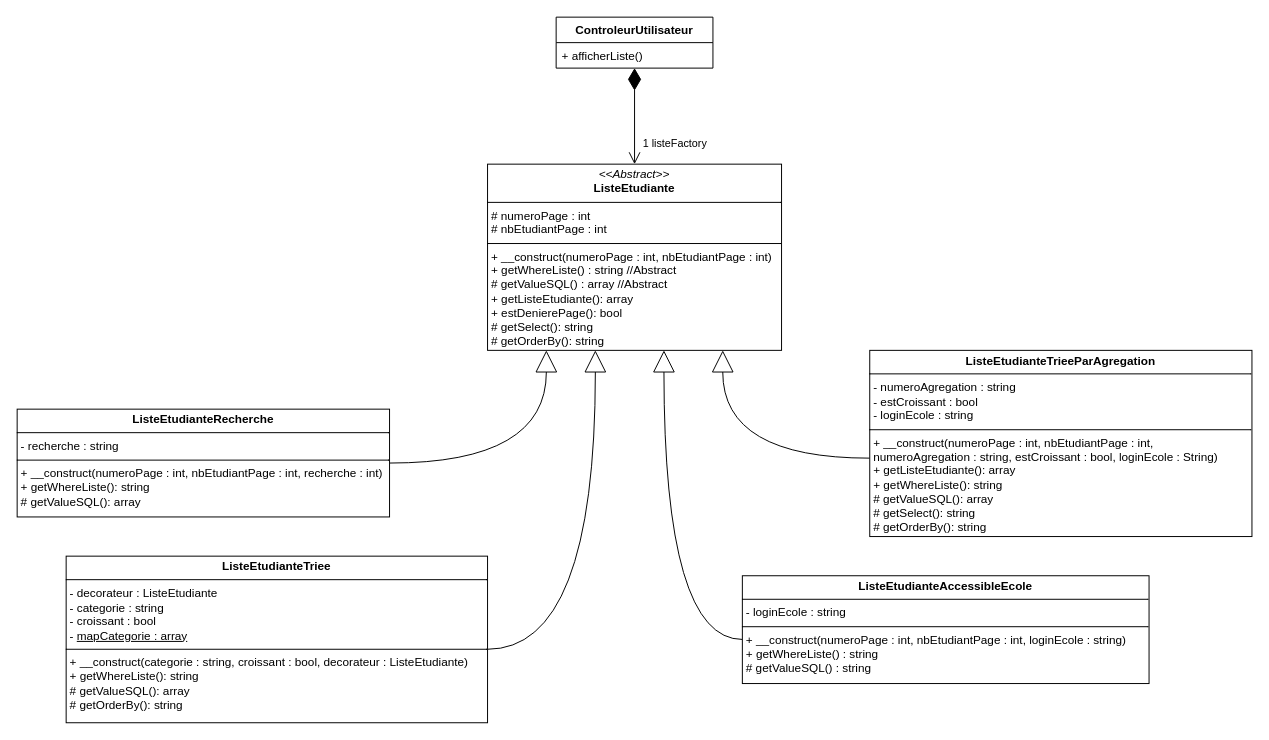
Earlier version of the draw.io diagram diagramme pattern decorateur.drawio (theodoredeboisseson/draw.io). Source tidied: cells renumbered, new cells numbered last; positions are measured from the earlier drawing's top-left corner, leaving out a move shared by most shapes. Both pictures are drawn from the tidied source at 98%, with x=0, y=0 at pixel (17, 17).
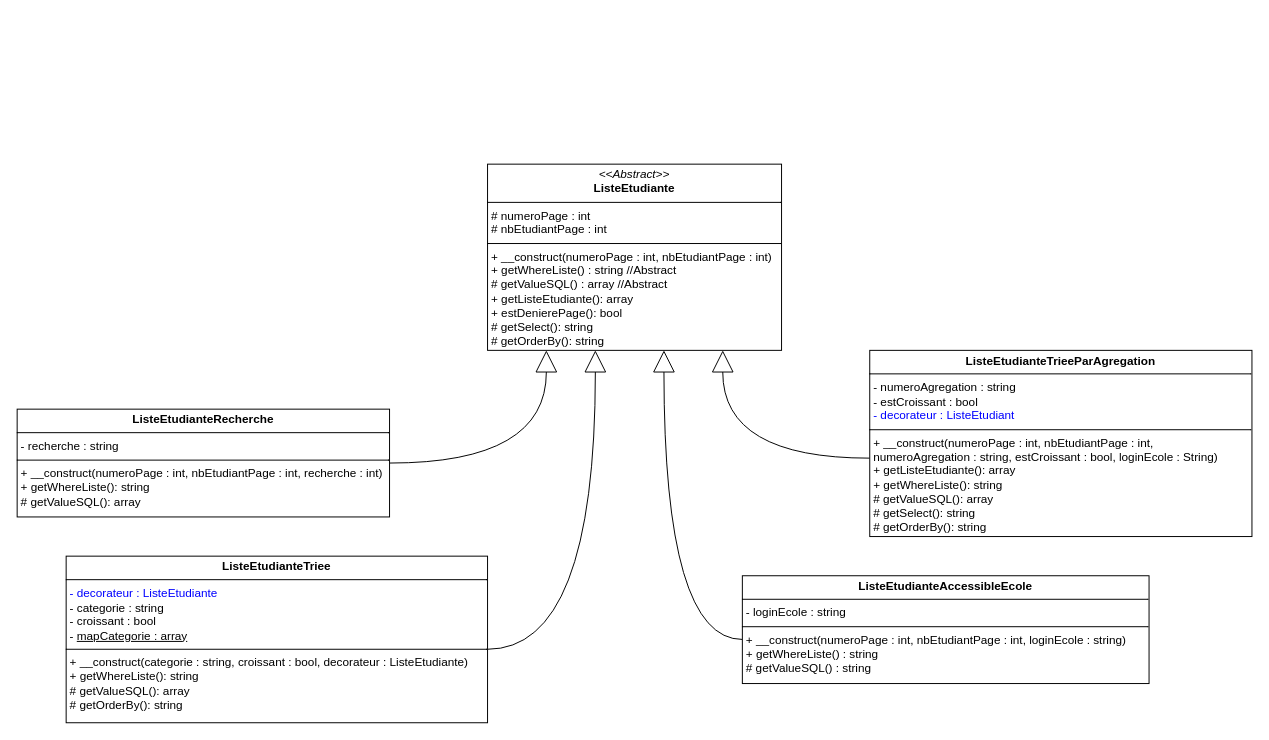
The same page after the edit.

Commit message:
Mettre à jour diagramme pattern decorateur.drawio

The change refers to these unchanged cells:
```xml
<mxCell id="4" value="&lt;p style=&quot;margin:0px;margin-top:4px;text-align:center;&quot;&gt;&lt;i&gt;&amp;lt;&amp;lt;Abstract&amp;gt;&amp;gt;&lt;/i&gt;&lt;br&gt;&lt;b&gt;ListeEtudiante&lt;/b&gt;&lt;/p&gt;&lt;hr size=&quot;1&quot; style=&quot;border-style:solid;&quot;&gt;&lt;p style=&quot;margin:0px;margin-left:4px;&quot;&gt;# numeroPage : int&lt;/p&gt;&lt;p style=&quot;margin:0px;margin-left:4px;&quot;&gt;# nbEtudiantPage : int&lt;/p&gt;&lt;hr size=&quot;1&quot; style=&quot;border-style:solid;&quot;&gt;&lt;p style=&quot;margin:0px;margin-left:4px;&quot;&gt;+ __construct(numeroPage : int, nbEtudiantPage : int)&lt;/p&gt;&lt;p style=&quot;margin:0px;margin-left:4px;&quot;&gt;+ getWhereListe() : string //Abstract&lt;/p&gt;&lt;p style=&quot;margin:0px;margin-left:4px;&quot;&gt;# getValueSQL() : array //Abstract&lt;/p&gt;&lt;p style=&quot;margin:0px;margin-left:4px;&quot;&gt;+ getListeEtudiante(): array&lt;/p&gt;&lt;p style=&quot;margin:0px;margin-left:4px;&quot;&gt;+ estDenierePage(): bool&lt;br&gt;# getSelect(): string&lt;br&gt;# getOrderBy(): string&amp;nbsp;&lt;/p&gt;" style="verticalAlign=top;align=left;overflow=fill;html=1;whiteSpace=wrap;rounded=0;" parent="1" vertex="1">
  <mxGeometry x="480" y="150" width="300" height="190" as="geometry" />
</mxCell>
```

The edit, as a diff of the source:
```diff
@@
-    <mxCell id="2" value="ControleurUtilisateur" style="swimlane;fontStyle=1;align=center;verticalAlign=top;horizontal=1;startSize=26;whiteSpace=wrap;html=1;rounded=0;" parent="1" vertex="1">
-      <mxGeometry x="550" width="160" height="52" as="geometry" />
-    </mxCell>
-    <mxCell id="3" value="+ afficherListe()" style="text;strokeColor=none;fillColor=none;align=left;verticalAlign=top;spacingLeft=4;spacingRight=4;overflow=hidden;whiteSpace=wrap;html=1;rounded=0;" parent="2" vertex="1">
-      <mxGeometry y="26" width="160" height="26" as="geometry" />
-    </mxCell>
@@
-    <mxCell id="10" value="&lt;p style=&quot;margin:0px;margin-top:4px;text-align:center;&quot;&gt;&lt;b&gt;ListeEtudianteTriee&lt;/b&gt;&lt;/p&gt;&lt;hr size=&quot;1&quot; style=&quot;border-style:solid;&quot;&gt;&lt;p style=&quot;margin:0px;margin-left:4px;&quot;&gt;- decorateur : ListeEtudiante&lt;/p&gt;&lt;p style=&quot;margin:0px;margin-left:4px;&quot;&gt;- categorie : string&lt;/p&gt;&lt;p style=&quot;margin:0px;margin-left:4px;&quot;&gt;- croissant : bool&lt;/p&gt;&lt;p style=&quot;margin:0px;margin-left:4px;&quot;&gt;- &lt;u&gt;mapCategorie : array&lt;/u&gt;&lt;/p&gt;&lt;hr size=&quot;1&quot; style=&quot;border-style:solid;&quot;&gt;&lt;p style=&quot;margin:0px;margin-left:4px;&quot;&gt;+ __construct(categorie : string, croissant : bool, decorateur : ListeEtudiante)&lt;/p&gt;&lt;p style=&quot;margin:0px;margin-left:4px;&quot;&gt;+ getWhereListe(): string&lt;/p&gt;&lt;p style=&quot;margin:0px;margin-left:4px;&quot;&gt;# getValueSQL(): array&lt;/p&gt;&lt;p style=&quot;margin:0px;margin-left:4px;&quot;&gt;# getOrderBy(): string&lt;/p&gt;" style="verticalAlign=top;align=left;overflow=fill;html=1;whiteSpace=wrap;rounded=0;" parent="1" vertex="1">
+    <mxCell id="10" value="&lt;p style=&quot;margin:0px;margin-top:4px;text-align:center;&quot;&gt;&lt;b&gt;ListeEtudianteTriee&lt;/b&gt;&lt;/p&gt;&lt;hr size=&quot;1&quot; style=&quot;border-style:solid;&quot;&gt;&lt;p style=&quot;margin:0px;margin-left:4px;&quot;&gt;&lt;font style=&quot;color: rgb(0, 0, 255);&quot;&gt;- decorateur : ListeEtudiante&lt;/font&gt;&lt;/p&gt;&lt;p style=&quot;margin:0px;margin-left:4px;&quot;&gt;- categorie : string&lt;/p&gt;&lt;p style=&quot;margin:0px;margin-left:4px;&quot;&gt;- croissant : bool&lt;/p&gt;&lt;p style=&quot;margin:0px;margin-left:4px;&quot;&gt;- &lt;u&gt;mapCategorie : array&lt;/u&gt;&lt;/p&gt;&lt;hr size=&quot;1&quot; style=&quot;border-style:solid;&quot;&gt;&lt;p style=&quot;margin:0px;margin-left:4px;&quot;&gt;+ __construct(categorie : string, croissant : bool, decorateur : ListeEtudiante)&lt;/p&gt;&lt;p style=&quot;margin:0px;margin-left:4px;&quot;&gt;+ getWhereListe(): string&lt;/p&gt;&lt;p style=&quot;margin:0px;margin-left:4px;&quot;&gt;# getValueSQL(): array&lt;/p&gt;&lt;p style=&quot;margin:0px;margin-left:4px;&quot;&gt;# getOrderBy(): string&lt;/p&gt;" style="verticalAlign=top;align=left;overflow=fill;html=1;whiteSpace=wrap;rounded=0;" parent="1" vertex="1">
       <mxGeometry x="50" y="550" width="430" height="170" as="geometry" />
     </mxCell>
@@
-    <mxCell id="12" value="&lt;p style=&quot;margin:0px;margin-top:4px;text-align:center;&quot;&gt;&lt;b&gt;ListeEtudianteTrieeParAgregation&lt;/b&gt;&lt;/p&gt;&lt;hr size=&quot;1&quot; style=&quot;border-style:solid;&quot;&gt;&lt;p style=&quot;margin:0px;margin-left:4px;&quot;&gt;- numeroAgregation : string&lt;/p&gt;&lt;p style=&quot;margin:0px;margin-left:4px;&quot;&gt;- estCroissant : bool&lt;/p&gt;&lt;p style=&quot;margin:0px;margin-left:4px;&quot;&gt;- loginEcole : string&lt;/p&gt;&lt;hr size=&quot;1&quot; style=&quot;border-style:solid;&quot;&gt;&lt;p style=&quot;margin:0px;margin-left:4px;&quot;&gt;+ __construct(numeroPage : int, nbEtudiantPage : int, numeroAgregation : string, estCroissant : bool, loginEcole : String)&lt;/p&gt;&lt;p style=&quot;margin:0px;margin-left:4px;&quot;&gt;+ getListeEtudiante(): array&lt;/p&gt;&lt;p style=&quot;margin:0px;margin-left:4px;&quot;&gt;+ getWhereListe(): string&lt;/p&gt;&lt;p style=&quot;margin:0px;margin-left:4px;&quot;&gt;# getValueSQL(): array&lt;br&gt;# getSelect(): string&lt;br&gt;# getOrderBy(): string&lt;/p&gt;" style="verticalAlign=top;align=left;overflow=fill;html=1;whiteSpace=wrap;rounded=0;" parent="1" vertex="1">
+    <mxCell id="12" value="&lt;p style=&quot;margin:0px;margin-top:4px;text-align:center;&quot;&gt;&lt;b&gt;ListeEtudianteTrieeParAgregation&lt;/b&gt;&lt;/p&gt;&lt;hr size=&quot;1&quot; style=&quot;border-style:solid;&quot;&gt;&lt;p style=&quot;margin:0px;margin-left:4px;&quot;&gt;- numeroAgregation : string&lt;/p&gt;&lt;p style=&quot;margin:0px;margin-left:4px;&quot;&gt;- estCroissant : bool&lt;/p&gt;&lt;p style=&quot;margin:0px;margin-left:4px;&quot;&gt;&lt;font style=&quot;color: rgb(0, 0, 255);&quot;&gt;- decorateur : ListeEtudiant&lt;/font&gt;&lt;/p&gt;&lt;hr size=&quot;1&quot; style=&quot;border-style:solid;&quot;&gt;&lt;p style=&quot;margin:0px;margin-left:4px;&quot;&gt;+ __construct(numeroPage : int, nbEtudiantPage : int, numeroAgregation : string, estCroissant : bool, loginEcole : String)&lt;/p&gt;&lt;p style=&quot;margin:0px;margin-left:4px;&quot;&gt;+ getListeEtudiante(): array&lt;/p&gt;&lt;p style=&quot;margin:0px;margin-left:4px;&quot;&gt;+ getWhereListe(): string&lt;/p&gt;&lt;p style=&quot;margin:0px;margin-left:4px;&quot;&gt;# getValueSQL(): array&lt;br&gt;# getSelect(): string&lt;br&gt;# getOrderBy(): string&lt;/p&gt;" style="verticalAlign=top;align=left;overflow=fill;html=1;whiteSpace=wrap;rounded=0;" parent="1" vertex="1">
       <mxGeometry x="870" y="340" width="390" height="190" as="geometry" />
     </mxCell>
-    <mxCell id="13" style="edgeStyle=orthogonalEdgeStyle;rounded=0;jettySize=auto;html=1;endArrow=open;endFill=0;startArrow=diamondThin;startFill=1;endSize=10;startSize=20;" parent="1" edge="1" source="2" target="4">
-      <mxGeometry relative="1" as="geometry" />
-    </mxCell>
-    <mxCell id="14" value="1 listeFactory" style="edgeLabel;html=1;align=center;verticalAlign=middle;rounded=0;" parent="13" vertex="1">
-      <mxGeometry x="0.73" y="3" relative="1" as="geometry">
-        <mxPoint x="37" y="-9" as="offset" />
-      </mxGeometry>
-    </mxCell>
```
